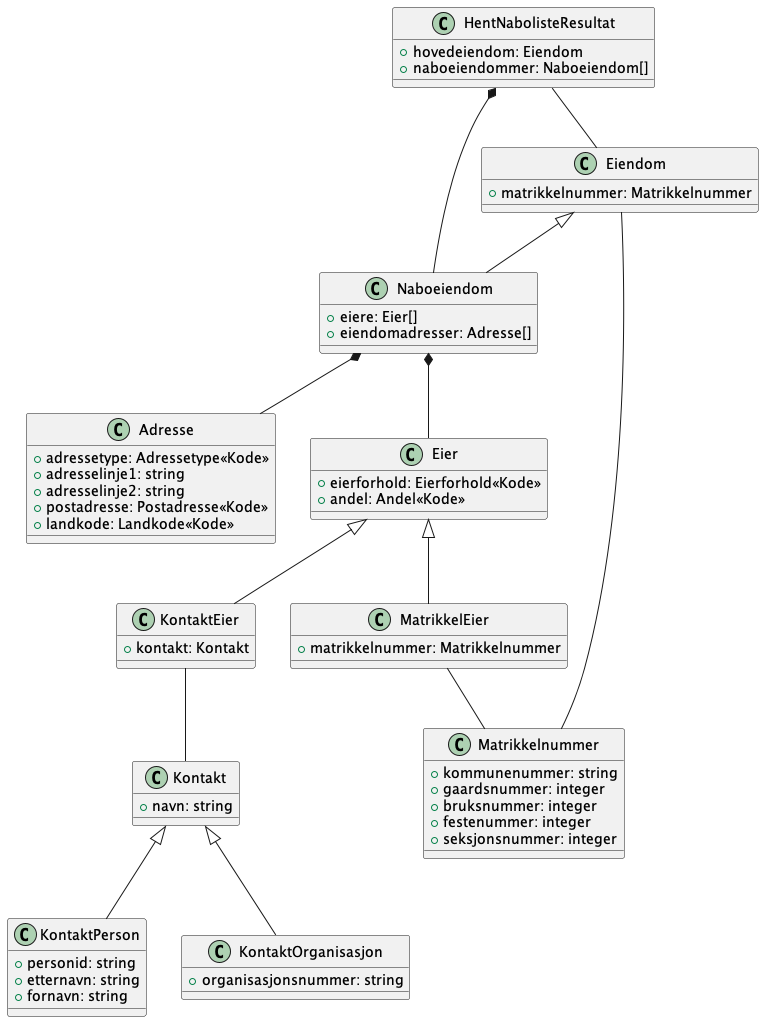
This is Dokumentasjon/V1/ClassDiagrams/no.ks.fiks.link.v1.innsyn.naboliste.hent.resultat/class-diagram.png from ks-no/fiks-link-specification, a PlantUML export, as it was before one commit. Source of this version:
```plantuml
@startuml
class HentNabolisteResultat {
    +hovedeiendom: Eiendom
    +naboeiendommer: Naboeiendom[]
}

HentNabolisteResultat -- Eiendom
HentNabolisteResultat *-- Naboeiendom

class Eiendom {
    +matrikkelnummer: Matrikkelnummer
}

Eiendom -- Matrikkelnummer

class Matrikkelnummer {
    +kommunenummer: string
    +gaardsnummer: integer
    +bruksnummer: integer
    +festenummer: integer
    +seksjonsnummer: integer
}

class Naboeiendom {
    +eiere: Eier[]
    +eiendomadresser: Adresse[]
}

class Naboeiendom extends Eiendom
Naboeiendom *-- Adresse
Naboeiendom *-- Eier

class Adresse {
    +adressetype: Adressetype<<Kode>>
    +adresselinje1: string
    +adresselinje2: string
    +postadresse: Postadresse<<Kode>>
    +landkode: Landkode<<Kode>>
}

class Eier {
    +eierforhold: Eierforhold<<Kode>>
    +andel: Andel<<Kode>>
}

class KontaktEier extends Eier
class MatrikkelEier extends Eier

class KontaktEier {
    +kontakt: Kontakt
}

KontaktEier -- Kontakt

class MatrikkelEier {
    +matrikkelnummer: Matrikkelnummer
}

MatrikkelEier -- Matrikkelnummer

class Kontakt {
    +navn: string
}

class KontaktPerson {
    +personid: string
    +etternavn: string
    +fornavn: string
}

class KontaktOrganisasjon {
    +organisasjonsnummer: string
}

class KontaktPerson extends Kontakt
class KontaktOrganisasjon extends Kontakt

@enduml
```
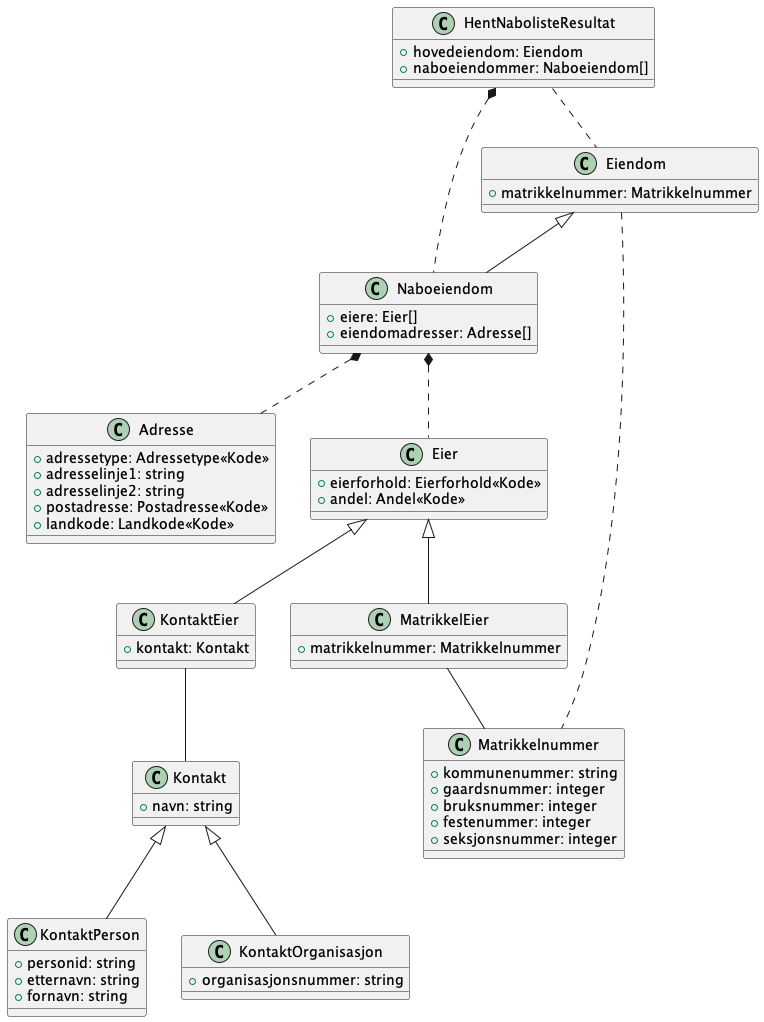
The same diagram one commit later.

Diff of the diagram source:
```diff
@@ -4,14 +4,14 @@
     +naboeiendommer: Naboeiendom[]
 }
 
-HentNabolisteResultat -- Eiendom
-HentNabolisteResultat *-- Naboeiendom
+HentNabolisteResultat .. Eiendom
+HentNabolisteResultat *.. Naboeiendom
 
 class Eiendom {
     +matrikkelnummer: Matrikkelnummer
 }
 
-Eiendom -- Matrikkelnummer
+Eiendom .. Matrikkelnummer
 
 class Matrikkelnummer {
     +kommunenummer: string
@@ -27,8 +27,9 @@
 }
 
 class Naboeiendom extends Eiendom
-Naboeiendom *-- Adresse
-Naboeiendom *-- Eier
+
+Naboeiendom *.. Adresse
+Naboeiendom *.. Eier
 
 class Adresse {
     +adressetype: Adressetype<<Kode>>
```
